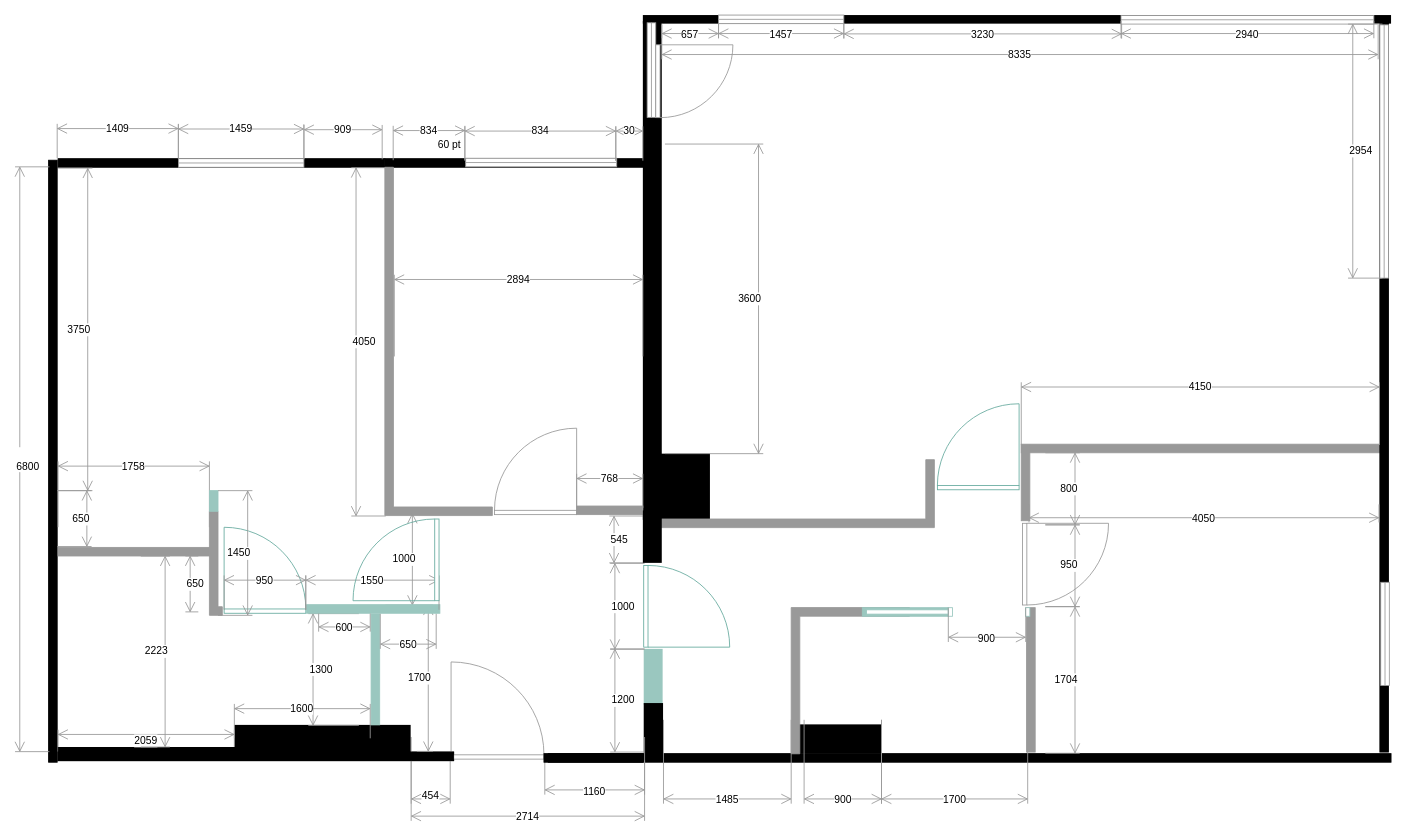
The draw.io diagram docs/src/static/drawings/floor-plan.construction.drawio in surquest/flat-renovation, before the edit. Source tidied: cells renumbered, new cells numbered last; positions are measured from the earlier drawing's top-left corner, leaving out a move shared by most shapes. Both pictures are drawn from the tidied source at 86%, with x=0, y=0 at pixel (15, 15).
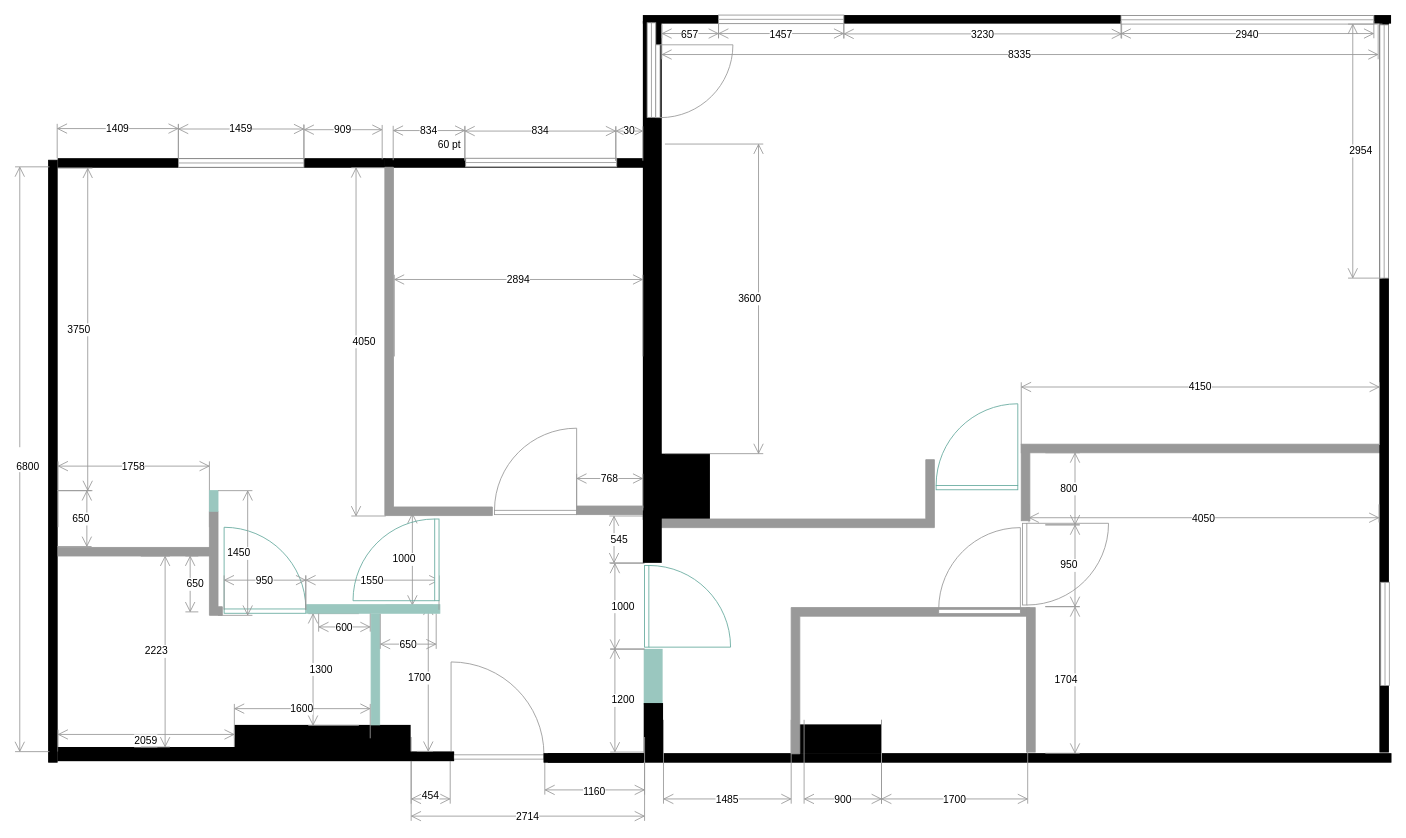
The same page after the edit.

What changed in the source:
```diff
@@
     <mxCell id="57" style="verticalLabelPosition=bottom;html=1;verticalAlign=top;align=center;shape=mxgraph.floorplan.wallCorner;fillColor=strokeColor;strokeColor=#999999;" parent="1" vertex="1">
-      <mxGeometry x="902.5" y="689" width="137.5" height="170" as="geometry" />
+      <mxGeometry x="902.5" y="689" width="277.5" height="170" as="geometry" />
     </mxCell>
@@
+    <mxCell id="96" style="verticalLabelPosition=bottom;html=1;verticalAlign=top;align=center;shape=mxgraph.floorplan.doorLeft;strokeColor=#999999;fillColor=#FFFFFF;direction=east;flipV=1;flipH=1;" parent="1" vertex="1">
+      <mxGeometry x="1074" y="611" width="95" height="85" as="geometry" />
+    </mxCell>
@@
     <mxCell id="91" style="verticalLabelPosition=bottom;html=1;verticalAlign=top;align=center;shape=mxgraph.floorplan.doorRight;strokeColor=#67AB9F;fillColor=default;flipH=0;flipV=1;" parent="1" vertex="1">
-      <mxGeometry x="1072.5" y="456" width="95" height="96" as="geometry" />
+      <mxGeometry x="1071" y="456" width="95" height="96" as="geometry" />
     </mxCell>
     <mxCell id="92" style="verticalLabelPosition=bottom;html=1;verticalAlign=top;align=center;shape=mxgraph.floorplan.doorRight;strokeColor=#67AB9F;fillColor=default;flipH=1;flipV=0;direction=south;" parent="1" vertex="1">
-      <mxGeometry x="731" y="640" width="96" height="95" as="geometry" />
+      <mxGeometry x="732" y="640" width="96" height="95" as="geometry" />
     </mxCell>
-    <mxCell id="93" style="verticalLabelPosition=bottom;html=1;verticalAlign=top;align=center;shape=mxgraph.floorplan.wall;fillColor=strokeColor;strokeColor=#9AC7BF;" parent="1" vertex="1">
-      <mxGeometry x="985.2" y="689.1" width="100" height="10" as="geometry" />
-    </mxCell>
-    <mxCell id="94" style="verticalLabelPosition=bottom;html=1;verticalAlign=top;align=center;shape=mxgraph.floorplan.doorPocket;dx=0.5;strokeColor=#9AC7BF;" parent="1" vertex="1">
-      <mxGeometry x="990" y="689.1" width="190" height="10" as="geometry" />
-    </mxCell>
-    <mxCell id="95" value="900" style="shape=dimension;whiteSpace=wrap;html=1;align=center;verticalAlign=bottom;spacingBottom=-5;labelBackgroundColor=#ffffff;strokeColor=#999999;" parent="1" vertex="1">
-      <mxGeometry x="1085.2" y="689" width="90" height="40" as="geometry" />
-    </mxCell>
```
